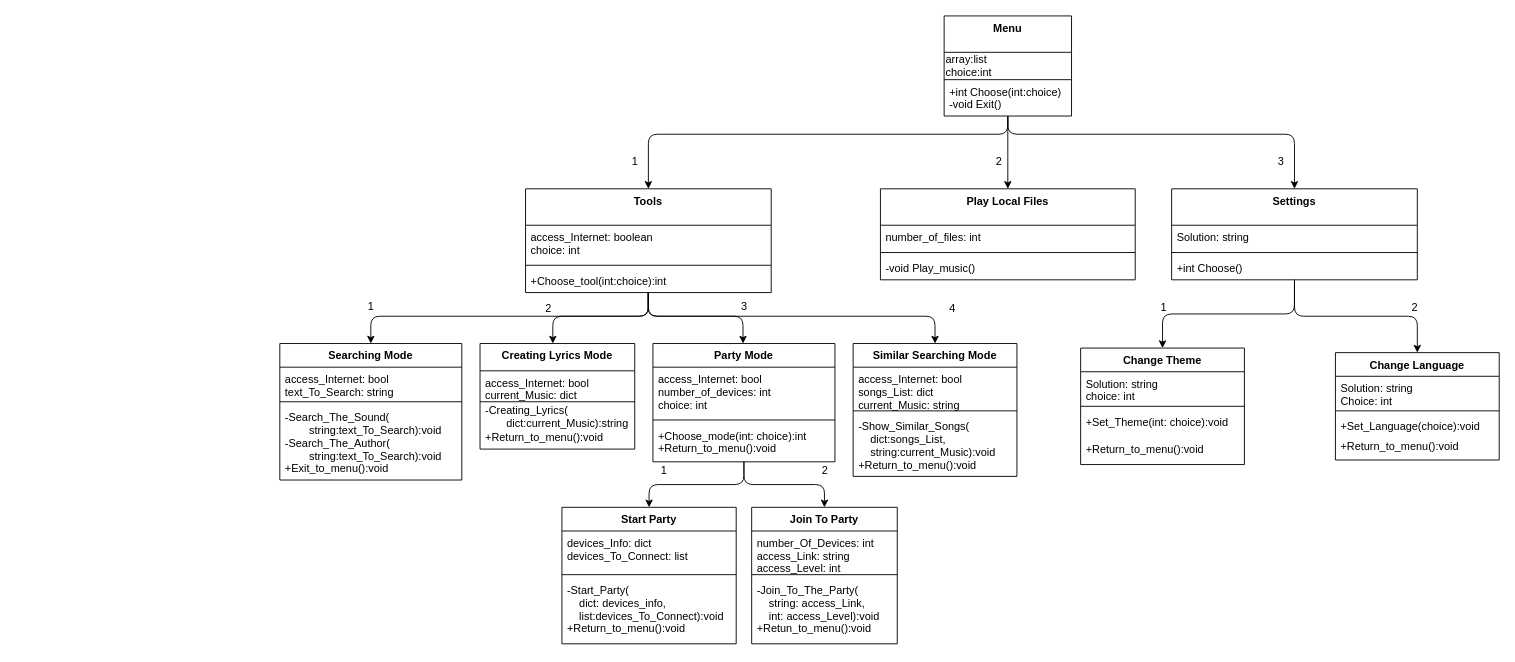
Earlier version of the draw.io diagram Untitled Diagram.drawio (9z9z9z9z/LAB_7). Source tidied: cells renumbered, new cells numbered last; positions are measured from the earlier drawing's top-left corner, leaving out a move shared by most shapes. Both pictures are drawn from the tidied source at 91%, with x=0, y=0 at pixel (279, 15).
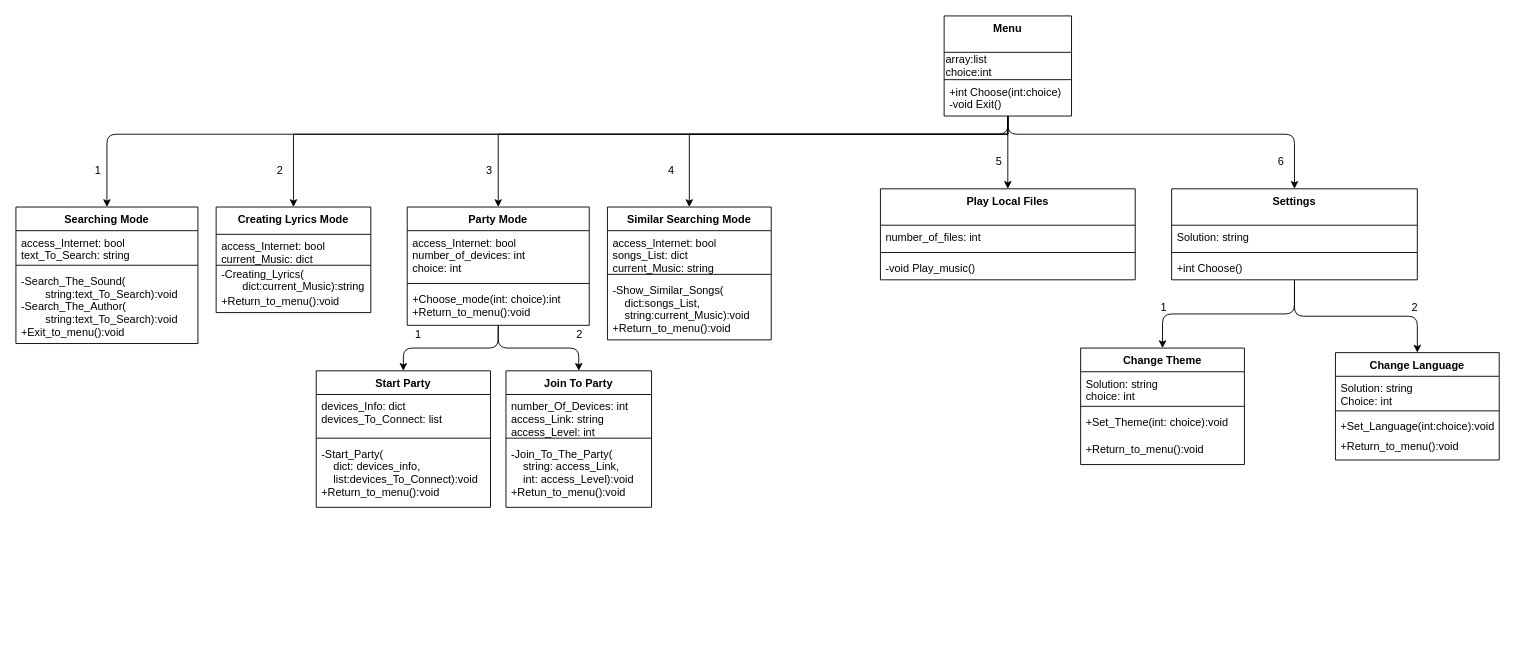
The same diagram, later.

The change refers to these unchanged cells:
```xml
<mxCell id="43" value="Menu" style="swimlane;fontStyle=1;align=center;verticalAlign=top;horizontal=1;startSize=40;" parent="1" vertex="1">
  <mxGeometry x="730" width="140" height="110" as="geometry" />
</mxCell>
<mxCell id="58" value="Change Language" style="swimlane;fontStyle=1;align=center;verticalAlign=top;horizontal=1;startSize=26;" parent="1" vertex="1">
  <mxGeometry x="1160" y="370" width="180" height="118" as="geometry" />
</mxCell>
```

Diff of the diagram source:
```diff
@@
     <mxCell id="4" value="Party Mode" style="swimlane;fontStyle=1;align=center;verticalAlign=top;horizontal=1;startSize=26;" parent="1" vertex="1">
-      <mxGeometry x="410" y="360" width="200" height="130" as="geometry" />
+      <mxGeometry x="140" y="210" width="200" height="130" as="geometry" />
     </mxCell>
@@
     <mxCell id="8" value="Start Party" style="swimlane;fontStyle=1;align=center;verticalAlign=top;horizontal=1;startSize=26;" parent="1" vertex="1">
-      <mxGeometry x="310" y="540" width="191.5" height="150" as="geometry" />
+      <mxGeometry x="40" y="390" width="191.5" height="150" as="geometry" />
     </mxCell>
@@
     <mxCell id="12" value="Join To Party" style="swimlane;fontStyle=1;align=center;verticalAlign=top;horizontal=1;startSize=26;" parent="1" vertex="1">
-      <mxGeometry x="518.5" y="540" width="160" height="150" as="geometry" />
+      <mxGeometry x="248.5" y="390" width="160" height="150" as="geometry" />
     </mxCell>
@@
     <mxCell id="16" value="Searching Mode" style="swimlane;fontStyle=1;align=center;verticalAlign=top;horizontal=1;startSize=26;" parent="1" vertex="1">
-      <mxGeometry y="360" width="200" height="150" as="geometry" />
+      <mxGeometry x="-290" y="210" width="200" height="150" as="geometry" />
     </mxCell>
@@
     <mxCell id="20" value="Similar Searching Mode" style="swimlane;fontStyle=1;align=center;verticalAlign=top;horizontal=1;startSize=26;" parent="1" vertex="1">
-      <mxGeometry x="630" y="360" width="180" height="146" as="geometry" />
+      <mxGeometry x="360" y="210" width="180" height="146" as="geometry" />
     </mxCell>
@@
     <mxCell id="24" value="Creating Lyrics Mode" style="swimlane;fontStyle=1;align=center;verticalAlign=top;horizontal=1;startSize=30;" parent="1" vertex="1">
-      <mxGeometry x="220" y="360" width="170" height="116" as="geometry" />
+      <mxGeometry x="-70" y="210" width="170" height="116" as="geometry" />
     </mxCell>
@@
-    <mxCell id="28" style="edgeStyle=orthogonalEdgeStyle;curved=0;rounded=1;sketch=0;jettySize=auto;html=1;entryX=0.5;entryY=0;entryDx=0;entryDy=0;" parent="1" edge="1" source="32" target="20">
-      <mxGeometry relative="1" as="geometry">
-        <Array as="points">
-          <mxPoint x="405" y="330" />
-          <mxPoint x="720" y="330" />
-        </Array>
-      </mxGeometry>
-    </mxCell>
-    <mxCell id="29" style="edgeStyle=orthogonalEdgeStyle;curved=0;rounded=1;sketch=0;jettySize=auto;html=1;entryX=0.5;entryY=0;entryDx=0;entryDy=0;exitX=0.498;exitY=1.009;exitDx=0;exitDy=0;exitPerimeter=0;" parent="1" edge="1" source="35">
-      <mxGeometry relative="1" as="geometry">
-        <mxPoint x="509" y="360" as="targetPoint" />
-        <Array as="points">
-          <mxPoint x="405" y="330" />
-          <mxPoint x="509" y="330" />
-        </Array>
-      </mxGeometry>
-    </mxCell>
-    <mxCell id="30" style="edgeStyle=orthogonalEdgeStyle;curved=0;rounded=1;sketch=0;jettySize=auto;html=1;" parent="1" edge="1" source="32">
-      <mxGeometry relative="1" as="geometry">
-        <mxPoint x="300" y="360" as="targetPoint" />
-        <Array as="points">
-          <mxPoint x="405" y="330" />
-          <mxPoint x="300" y="330" />
-          <mxPoint x="300" y="360" />
-        </Array>
-      </mxGeometry>
-    </mxCell>
-    <mxCell id="31" style="edgeStyle=orthogonalEdgeStyle;curved=0;rounded=1;sketch=0;jettySize=auto;html=1;" parent="1" edge="1" source="32" target="16">
-      <mxGeometry relative="1" as="geometry">
-        <Array as="points">
-          <mxPoint x="405" y="330" />
-          <mxPoint x="100" y="330" />
-        </Array>
-      </mxGeometry>
-    </mxCell>
-    <mxCell id="32" value="Tools" style="swimlane;fontStyle=1;align=center;verticalAlign=top;horizontal=1;startSize=40;" parent="1" vertex="1">
-      <mxGeometry x="270" y="190" width="270" height="114" as="geometry" />
-    </mxCell>
-    <mxCell id="33" value="access_Internet: boolean&#10;choice: int" style="text;strokeColor=none;fillColor=none;align=left;verticalAlign=top;spacingLeft=4;spacingRight=4;overflow=hidden;" parent="32" vertex="1">
-      <mxGeometry y="40" width="270" height="40" as="geometry" />
-    </mxCell>
-    <mxCell id="34" style="line;strokeWidth=1;fillColor=none;align=left;verticalAlign=middle;spacingTop=-1;spacingLeft=3;spacingRight=3;labelPosition=right;" parent="32" vertex="1">
-      <mxGeometry y="80" width="270" height="8" as="geometry" />
-    </mxCell>
-    <mxCell id="35" value="+Choose_tool(int:choice):int" style="text;strokeColor=none;fillColor=none;align=left;verticalAlign=top;spacingLeft=4;spacingRight=4;overflow=hidden;points=[[0,0.5],[1,0.5]];portConstraint=eastwest;" parent="32" vertex="1">
-      <mxGeometry y="88" width="270" height="26" as="geometry" />
-    </mxCell>
@@
-    <mxCell id="41" style="edgeStyle=orthogonalEdgeStyle;curved=0;rounded=1;sketch=0;jettySize=auto;html=1;entryX=0.5;entryY=0;entryDx=0;entryDy=0;" parent="1" edge="1" source="43" target="32">
+    <mxCell id="41" style="edgeStyle=orthogonalEdgeStyle;curved=0;rounded=1;sketch=0;jettySize=auto;html=1;entryX=0.5;entryY=0;entryDx=0;entryDy=0;" parent="1" edge="1" source="43" target="16">
       <mxGeometry relative="1" as="geometry">
         <Array as="points">
           <mxPoint x="800" y="130" />
-          <mxPoint x="405" y="130" />
+          <mxPoint x="-190" y="130" />
         </Array>
       </mxGeometry>
     </mxCell>
@@
+    <mxCell id="75" style="edgeStyle=orthogonalEdgeStyle;rounded=0;jettySize=auto;html=1;entryX=0.5;entryY=0;entryDx=0;entryDy=0;" parent="1" edge="1" source="43" target="24">
+      <mxGeometry relative="1" as="geometry">
+        <Array as="points">
+          <mxPoint x="800" y="130" />
+          <mxPoint x="15" y="130" />
+        </Array>
+      </mxGeometry>
+    </mxCell>
+    <mxCell id="76" style="edgeStyle=orthogonalEdgeStyle;rounded=0;jettySize=auto;html=1;" parent="1" edge="1" source="43" target="4">
+      <mxGeometry relative="1" as="geometry">
+        <Array as="points">
+          <mxPoint x="800" y="130" />
+          <mxPoint x="240" y="130" />
+        </Array>
+      </mxGeometry>
+    </mxCell>
+    <mxCell id="77" style="edgeStyle=orthogonalEdgeStyle;rounded=0;jettySize=auto;html=1;entryX=0.5;entryY=0;entryDx=0;entryDy=0;" parent="1" edge="1" source="43" target="20">
+      <mxGeometry relative="1" as="geometry">
+        <Array as="points">
+          <mxPoint x="800" y="130" />
+          <mxPoint x="450" y="130" />
+        </Array>
+      </mxGeometry>
+    </mxCell>
@@
-    <mxCell id="61" value="+Set_Language(choice):void" style="text;strokeColor=none;fillColor=none;align=left;verticalAlign=top;spacingLeft=4;spacingRight=4;overflow=hidden;" parent="58" vertex="1">
+    <mxCell id="61" value="+Set_Language(int:choice):void" style="text;strokeColor=none;fillColor=none;align=left;verticalAlign=top;spacingLeft=4;spacingRight=4;overflow=hidden;" parent="58" vertex="1">
       <mxGeometry y="68" width="180" height="22" as="geometry" />
     </mxCell>
@@
-    <mxCell id="63" value="1" style="text;html=1;align=center;verticalAlign=middle;strokeColor=none;fillColor=none;" parent="1" vertex="1">
-      <mxGeometry x="380" y="150" width="20" height="20" as="geometry" />
-    </mxCell>
     <mxCell id="64" value="2" style="text;html=1;align=center;verticalAlign=middle;strokeColor=none;fillColor=none;" parent="1" vertex="1">
-      <mxGeometry x="780" y="150" width="20" height="20" as="geometry" />
+      <mxGeometry x="-10" y="160" width="20" height="20" as="geometry" />
     </mxCell>
     <mxCell id="65" value="3" style="text;html=1;align=center;verticalAlign=middle;strokeColor=none;fillColor=none;" parent="1" vertex="1">
-      <mxGeometry x="1090" y="150" width="20" height="20" as="geometry" />
+      <mxGeometry x="220" y="160" width="20" height="20" as="geometry" />
     </mxCell>
-    <mxCell id="66" value="2" style="text;html=1;align=center;verticalAlign=middle;strokeColor=none;fillColor=none;" parent="1" vertex="1">
-      <mxGeometry x="285" y="312" width="20" height="20" as="geometry" />
-    </mxCell>
-    <mxCell id="67" value="1" style="text;html=1;align=center;verticalAlign=middle;strokeColor=none;fillColor=none;" parent="1" vertex="1">
-      <mxGeometry x="90" y="310" width="20" height="20" as="geometry" />
-    </mxCell>
-    <mxCell id="68" value="3" style="text;html=1;align=center;verticalAlign=middle;strokeColor=none;fillColor=none;" parent="1" vertex="1">
-      <mxGeometry x="500" y="310" width="20" height="20" as="geometry" />
-    </mxCell>
-    <mxCell id="69" value="4" style="text;html=1;align=center;verticalAlign=middle;strokeColor=none;fillColor=none;" parent="1" vertex="1">
-      <mxGeometry x="729" y="312" width="20" height="20" as="geometry" />
-    </mxCell>
     <mxCell id="70" value="2" style="text;html=1;align=center;verticalAlign=middle;strokeColor=none;fillColor=none;" parent="1" vertex="1">
-      <mxGeometry x="588.5" y="490" width="20" height="20" as="geometry" />
+      <mxGeometry x="318.5" y="340" width="20" height="20" as="geometry" />
     </mxCell>
     <mxCell id="71" value="1" style="text;html=1;align=center;verticalAlign=middle;strokeColor=none;fillColor=none;" parent="1" vertex="1">
-      <mxGeometry x="411.5" y="490" width="20" height="20" as="geometry" />
+      <mxGeometry x="141.5" y="340" width="20" height="20" as="geometry" />
     </mxCell>
@@
     <mxCell id="74" style="line;strokeWidth=1;fillColor=none;align=left;verticalAlign=middle;spacingTop=-1;spacingLeft=3;spacingRight=3;labelPosition=right;" parent="1" vertex="1">
-      <mxGeometry x="220" y="420" width="170" height="8" as="geometry" />
+      <mxGeometry x="-70" y="270" width="170" height="8" as="geometry" />
     </mxCell>
+    <mxCell id="78" value="1" style="text;html=1;align=center;verticalAlign=middle;strokeColor=none;fillColor=none;" parent="1" vertex="1">
+      <mxGeometry x="-210" y="160" width="20" height="20" as="geometry" />
+    </mxCell>
+    <mxCell id="69" value="4" style="text;html=1;align=center;verticalAlign=middle;strokeColor=none;fillColor=none;" parent="1" vertex="1">
+      <mxGeometry x="420" y="160" width="20" height="20" as="geometry" />
+    </mxCell>
+    <mxCell id="79" value="5" style="text;html=1;align=center;verticalAlign=middle;strokeColor=none;fillColor=none;" parent="1" vertex="1">
+      <mxGeometry x="780" y="150" width="20" height="20" as="geometry" />
+    </mxCell>
+    <mxCell id="80" value="6" style="text;html=1;align=center;verticalAlign=middle;strokeColor=none;fillColor=none;" parent="1" vertex="1">
+      <mxGeometry x="1090" y="150" width="20" height="20" as="geometry" />
+    </mxCell>
```
